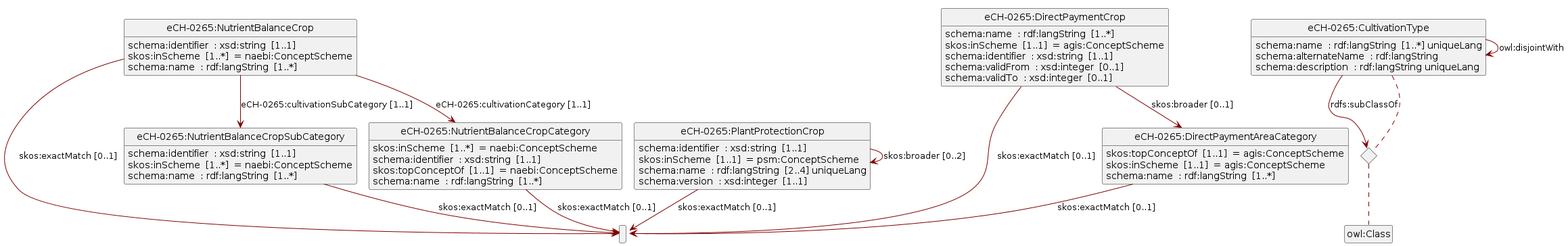
The PlantUML diagram assets/img/uml.png in blw-ofag-ufag/eCH-0265, before a commit.
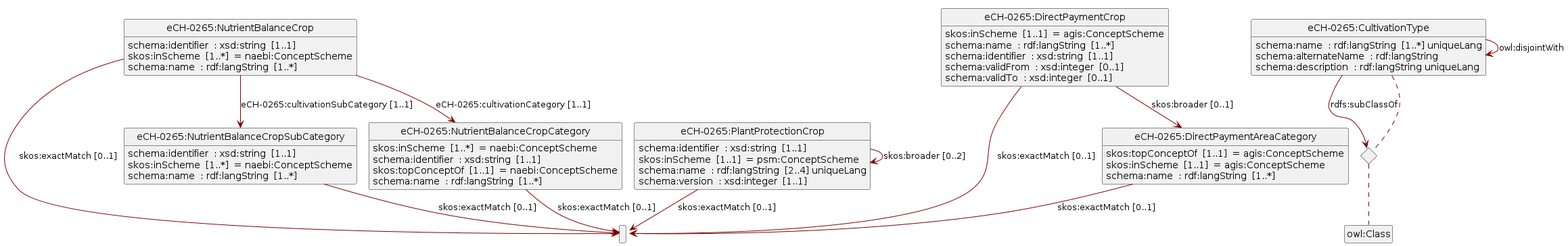
Above is the later version.

What changed in the source:
```diff
@@ -8,54 +8,54 @@
 skinparam wrapMessageWidth 100
 skinparam ArrowColor #Maroon
 set namespaceSeparator none
-Class e46d72cff1c13dc3fcd14463f930e110 as " "
+Class ecd39e016ba525942bfa0d3541a19371 as " "
 Class "eCH-0265:NutrientBalanceCropSubCategory"
 "eCH-0265:NutrientBalanceCropSubCategory" : schema:identifier  : xsd:string  [1..1]
 "eCH-0265:NutrientBalanceCropSubCategory" : skos:inScheme  [1..*]  = naebi:ConceptScheme
 "eCH-0265:NutrientBalanceCropSubCategory" : schema:name  : rdf:langString  [1..*]
-"eCH-0265:NutrientBalanceCropSubCategory" --> "e46d72cff1c13dc3fcd14463f930e110" : skos:exactMatch [0..1]
+"eCH-0265:NutrientBalanceCropSubCategory" --> "ecd39e016ba525942bfa0d3541a19371" : skos:exactMatch [0..1]
 Class "eCH-0265:PlantProtectionCrop"
 "eCH-0265:PlantProtectionCrop" : schema:identifier  : xsd:string  [1..1]
 "eCH-0265:PlantProtectionCrop" : skos:inScheme  [1..1]  = psm:ConceptScheme
 "eCH-0265:PlantProtectionCrop" : schema:name  : rdf:langString  [2..4] uniqueLang
 "eCH-0265:PlantProtectionCrop" : schema:version  : xsd:integer  [1..1]
+"eCH-0265:PlantProtectionCrop" --> "ecd39e016ba525942bfa0d3541a19371" : skos:exactMatch [0..1]
 "eCH-0265:PlantProtectionCrop" --> "eCH-0265:PlantProtectionCrop" : skos:broader<U+00A0>[0..2]
-"eCH-0265:PlantProtectionCrop" --> "e46d72cff1c13dc3fcd14463f930e110" : skos:exactMatch [0..1]
 Class "eCH-0265:NutrientBalanceCropCategory"
 "eCH-0265:NutrientBalanceCropCategory" : skos:inScheme  [1..*]  = naebi:ConceptScheme
 "eCH-0265:NutrientBalanceCropCategory" : schema:identifier  : xsd:string  [1..1]
 "eCH-0265:NutrientBalanceCropCategory" : skos:topConceptOf  [1..1]  = naebi:ConceptScheme
 "eCH-0265:NutrientBalanceCropCategory" : schema:name  : rdf:langString  [1..*]
-"eCH-0265:NutrientBalanceCropCategory" --> "e46d72cff1c13dc3fcd14463f930e110" : skos:exactMatch [0..1]
+"eCH-0265:NutrientBalanceCropCategory" --> "ecd39e016ba525942bfa0d3541a19371" : skos:exactMatch [0..1]
 Class "eCH-0265:NutrientBalanceCrop"
 "eCH-0265:NutrientBalanceCrop" : schema:identifier  : xsd:string  [1..1]
 "eCH-0265:NutrientBalanceCrop" : skos:inScheme  [1..*]  = naebi:ConceptScheme
 "eCH-0265:NutrientBalanceCrop" : schema:name  : rdf:langString  [1..*]
-"eCH-0265:NutrientBalanceCrop" --> "e46d72cff1c13dc3fcd14463f930e110" : skos:exactMatch [0..1]
 "eCH-0265:NutrientBalanceCrop" --> "eCH-0265:NutrientBalanceCropSubCategory" : eCH-0265:cultivationSubCategory<U+00A0>[1..1]
+"eCH-0265:NutrientBalanceCrop" --> "ecd39e016ba525942bfa0d3541a19371" : skos:exactMatch [0..1]
 "eCH-0265:NutrientBalanceCrop" --> "eCH-0265:NutrientBalanceCropCategory" : eCH-0265:cultivationCategory<U+00A0>[1..1]
 Class "eCH-0265:DirectPaymentCrop"
+"eCH-0265:DirectPaymentCrop" : skos:inScheme  [1..1]  = agis:ConceptScheme
 "eCH-0265:DirectPaymentCrop" : schema:name  : rdf:langString  [1..*]
-"eCH-0265:DirectPaymentCrop" : skos:inScheme  [1..1]  = agis:ConceptScheme
 "eCH-0265:DirectPaymentCrop" : schema:identifier  : xsd:string  [1..1]
 "eCH-0265:DirectPaymentCrop" : schema:validFrom  : xsd:integer  [0..1]
 "eCH-0265:DirectPaymentCrop" : schema:validTo  : xsd:integer  [0..1]
 "eCH-0265:DirectPaymentCrop" --> "eCH-0265:DirectPaymentAreaCategory" : skos:broader<U+00A0>[0..1]
-"eCH-0265:DirectPaymentCrop" --> "e46d72cff1c13dc3fcd14463f930e110" : skos:exactMatch [0..1]
+"eCH-0265:DirectPaymentCrop" --> "ecd39e016ba525942bfa0d3541a19371" : skos:exactMatch [0..1]
 Class "eCH-0265:CultivationType"
 "eCH-0265:CultivationType" : schema:name  : rdf:langString  [1..*] uniqueLang
 "eCH-0265:CultivationType" : schema:alternateName  : rdf:langString
 "eCH-0265:CultivationType" : schema:description  : rdf:langString uniqueLang
-<> diamond_CultivationType_c96645ef72a3b4b165697c51fa47b37a
-"eCH-0265:CultivationType" --> "diamond_CultivationType_c96645ef72a3b4b165697c51fa47b37a" : rdfs:subClassOf
-diamond_CultivationType_c96645ef72a3b4b165697c51fa47b37a ..  "eCH-0265:CultivationType"
-diamond_CultivationType_c96645ef72a3b4b165697c51fa47b37a ..  "owl:Class"
+<> diamond_CultivationType_4b754761ba0ad20cfbd38c6e828ec989
+"eCH-0265:CultivationType" --> "diamond_CultivationType_4b754761ba0ad20cfbd38c6e828ec989" : rdfs:subClassOf
+diamond_CultivationType_4b754761ba0ad20cfbd38c6e828ec989 ..  "eCH-0265:CultivationType"
+diamond_CultivationType_4b754761ba0ad20cfbd38c6e828ec989 ..  "owl:Class"
 "eCH-0265:CultivationType" --> "eCH-0265:CultivationType" : owl:disjointWith
 Class "eCH-0265:DirectPaymentAreaCategory"
 "eCH-0265:DirectPaymentAreaCategory" : skos:topConceptOf  [1..1]  = agis:ConceptScheme
 "eCH-0265:DirectPaymentAreaCategory" : skos:inScheme  [1..1]  = agis:ConceptScheme
 "eCH-0265:DirectPaymentAreaCategory" : schema:name  : rdf:langString  [1..*]
-"eCH-0265:DirectPaymentAreaCategory" --> "e46d72cff1c13dc3fcd14463f930e110" : skos:exactMatch [0..1]
+"eCH-0265:DirectPaymentAreaCategory" --> "ecd39e016ba525942bfa0d3541a19371" : skos:exactMatch [0..1]
 hide circle
 hide empty members
 remove @unlinked
```
